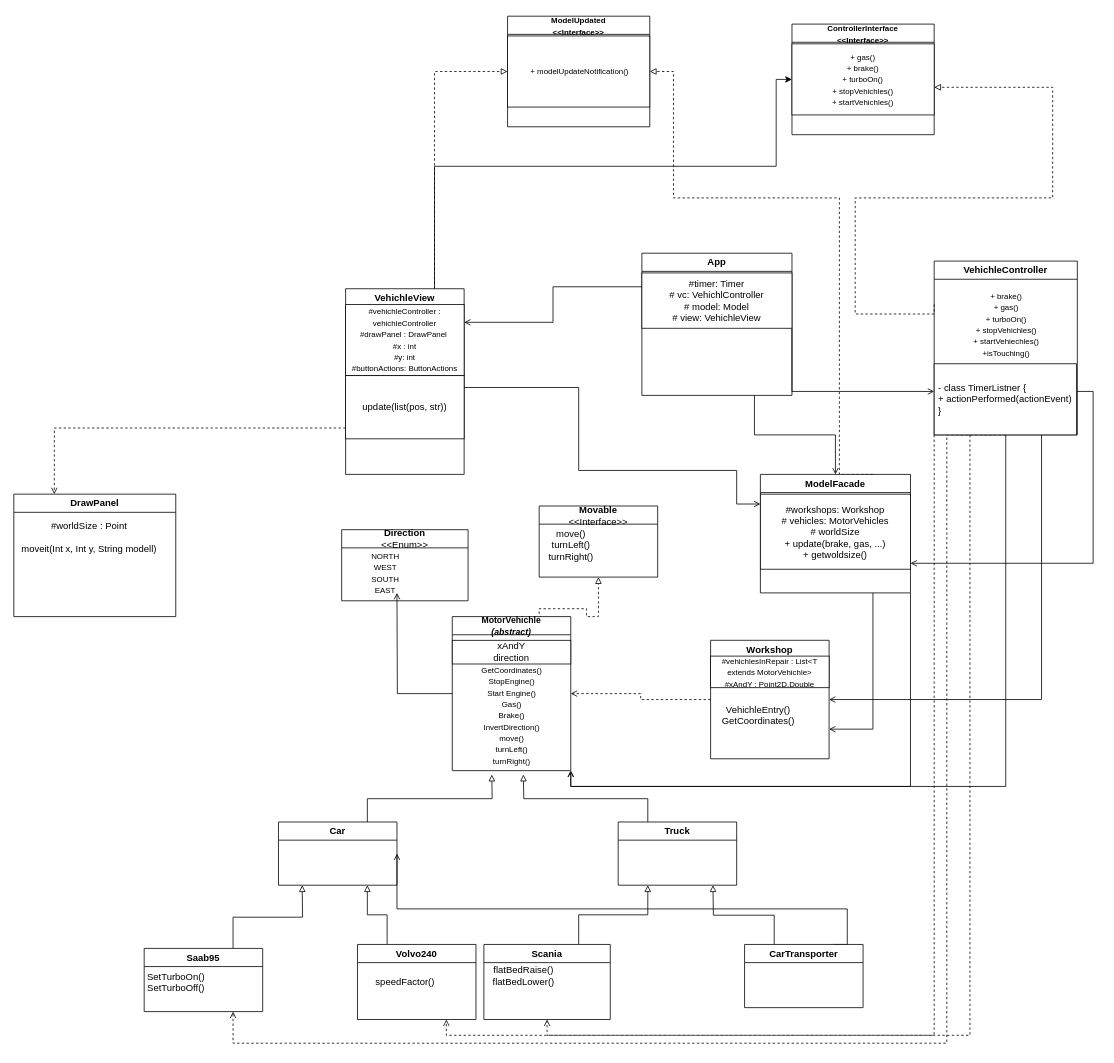
Above: UMLFörbättringLaboration3.drawio in Abdulrauf-alhariri/Inhertince_lab1 (draw.io), before the change. Source tidied: cells renumbered, new cells numbered last; positions are measured from the earlier drawing's top-left corner, leaving out a move shared by most shapes. Both pictures are drawn from the tidied source at 79%, with x=0, y=0 at pixel (13, 16).
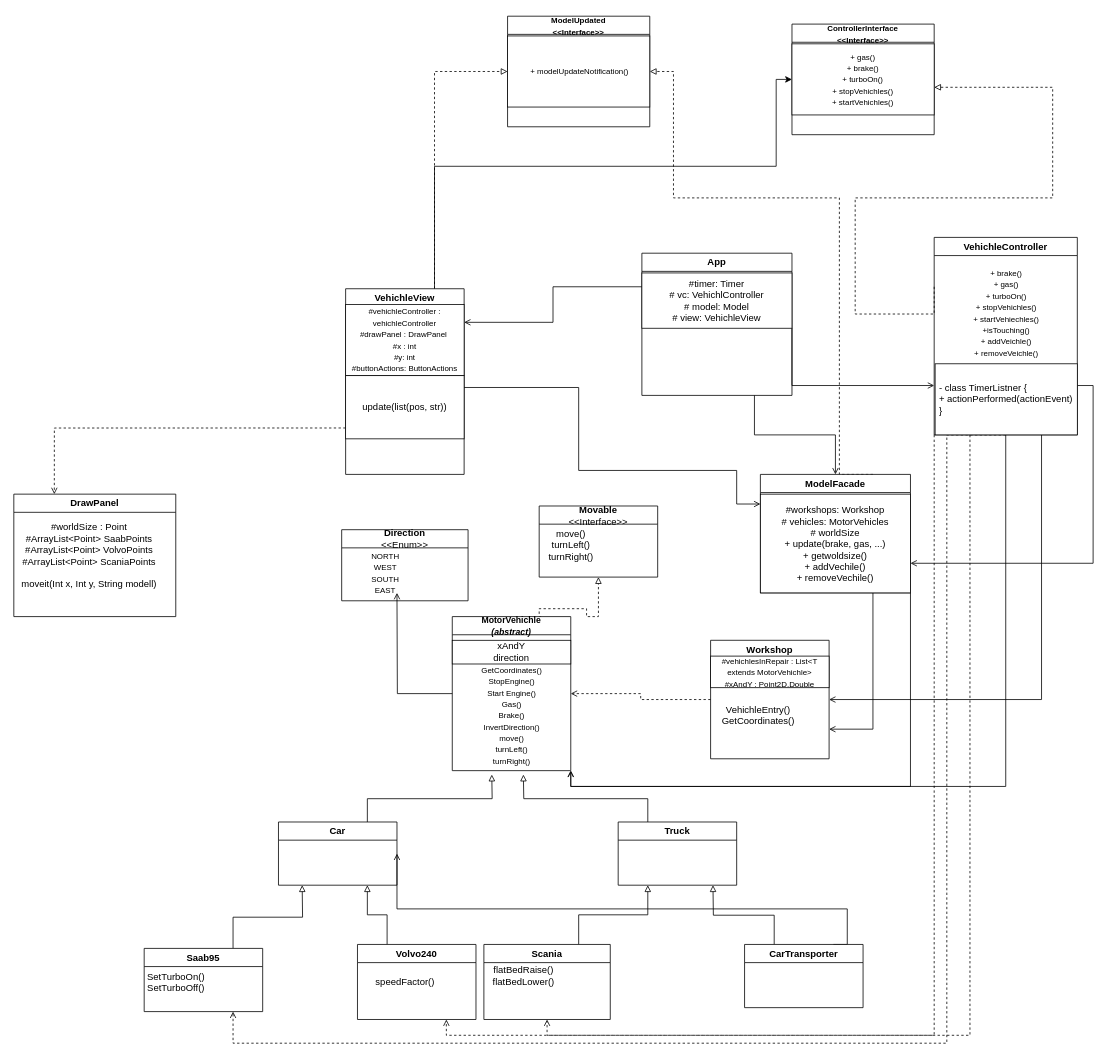
Above is the later version.

Unchanged cells that the change refers to:
```xml
<mxCell id="11" value="DrawP&lt;span style=&quot;background-color: transparent; color: light-dark(rgb(0, 0, 0), rgb(255, 255, 255));&quot;&gt;anel&lt;/span&gt;" style="swimlane;whiteSpace=wrap;html=1;startSize=23;" parent="1" vertex="1">
  <mxGeometry y="605" width="205" height="155" as="geometry" />
</mxCell>
<mxCell id="59" value="ModelFacade" style="swimlane;whiteSpace=wrap;html=1;" parent="1" vertex="1">
  <mxGeometry x="945" y="580" width="190" height="150" as="geometry" />
</mxCell>
```

What changed in the source:
```diff
@@
     <mxCell id="8" value="VehichleController" style="swimlane;whiteSpace=wrap;html=1;startSize=23;" parent="1" vertex="1">
-      <mxGeometry x="1165" y="310" width="181.2" height="220" as="geometry" />
+      <mxGeometry x="1165" y="280" width="181.2" height="250" as="geometry" />
     </mxCell>
-    <mxCell id="9" value="&lt;font size=&quot;1&quot;&gt;+ brake()&lt;/font&gt;&lt;div&gt;&lt;font size=&quot;1&quot;&gt;+ gas()&lt;/font&gt;&lt;/div&gt;&lt;div&gt;&lt;font size=&quot;1&quot;&gt;+ turboOn()&lt;/font&gt;&lt;/div&gt;&lt;div&gt;&lt;font size=&quot;1&quot;&gt;+ stopVehichles()&lt;/font&gt;&lt;/div&gt;&lt;div&gt;&lt;font size=&quot;1&quot;&gt;+ startVehiechles()&lt;/font&gt;&lt;/div&gt;&lt;div&gt;&lt;font size=&quot;1&quot;&gt;+isTouching()&lt;/font&gt;&lt;/div&gt;" style="text;html=1;align=center;verticalAlign=middle;strokeColor=none;fillColor=none;" parent="8" vertex="1">
-      <mxGeometry x="35.6" y="30" width="110" height="100" as="geometry" />
+    <mxCell id="9" value="&lt;font size=&quot;1&quot;&gt;+ brake()&lt;/font&gt;&lt;div&gt;&lt;font size=&quot;1&quot;&gt;+ gas()&lt;/font&gt;&lt;/div&gt;&lt;div&gt;&lt;font size=&quot;1&quot;&gt;+ turboOn()&lt;/font&gt;&lt;/div&gt;&lt;div&gt;&lt;font size=&quot;1&quot;&gt;+ stopVehichles()&lt;/font&gt;&lt;/div&gt;&lt;div&gt;&lt;font size=&quot;1&quot;&gt;+ startVehiechles()&lt;/font&gt;&lt;/div&gt;&lt;div&gt;&lt;font size=&quot;1&quot;&gt;+isTouching()&lt;/font&gt;&lt;/div&gt;&lt;div&gt;&lt;font size=&quot;1&quot;&gt;+ addVeichle()&lt;/font&gt;&lt;/div&gt;&lt;div&gt;&lt;font size=&quot;1&quot;&gt;+ removeVeichle()&lt;/font&gt;&lt;/div&gt;" style="text;html=1;align=center;verticalAlign=middle;strokeColor=none;fillColor=none;" parent="8" vertex="1">
+      <mxGeometry x="35.6" y="30" width="110" height="130" as="geometry" />
     </mxCell>
     <mxCell id="10" value="&lt;div style=&quot;text-align: left;&quot;&gt;- class TimerListner {&lt;/div&gt;&lt;div style=&quot;text-align: left;&quot;&gt;&lt;span style=&quot;background-color: transparent; color: light-dark(rgb(0, 0, 0), rgb(255, 255, 255));&quot;&gt;+ actionPerformed(actionEvent)&lt;/span&gt;&lt;/div&gt;&lt;div style=&quot;text-align: left;&quot;&gt;&lt;span style=&quot;background-color: transparent; color: light-dark(rgb(0, 0, 0), rgb(255, 255, 255));&quot;&gt;}&lt;/span&gt;&lt;/div&gt;" style="rounded=0;whiteSpace=wrap;html=1;" parent="8" vertex="1">
-      <mxGeometry y="130" width="180" height="90" as="geometry" />
+      <mxGeometry x="1.2" y="160" width="180" height="90" as="geometry" />
     </mxCell>
@@
-    <mxCell id="12" value="&lt;div&gt;&lt;span style=&quot;background-color: transparent; color: light-dark(rgb(0, 0, 0), rgb(255, 255, 255));&quot;&gt;#worldSize : Point&lt;/span&gt;&lt;/div&gt;&lt;div&gt;&lt;span style=&quot;background-color: transparent; color: light-dark(rgb(0, 0, 0), rgb(255, 255, 255));&quot;&gt;&lt;br&gt;&lt;/span&gt;&lt;/div&gt;&lt;div&gt;&lt;span style=&quot;background-color: transparent; color: light-dark(rgb(0, 0, 0), rgb(255, 255, 255));&quot;&gt;moveit(Int x, Int y, String modell)&lt;/span&gt;&lt;/div&gt;" style="text;html=1;align=center;verticalAlign=middle;strokeColor=none;fillColor=none;" parent="11" vertex="1">
-      <mxGeometry y="25" width="190" height="60" as="geometry" />
+    <mxCell id="12" value="&lt;div&gt;&lt;span style=&quot;background-color: transparent; color: light-dark(rgb(0, 0, 0), rgb(255, 255, 255));&quot;&gt;#worldSize : Point&lt;/span&gt;&lt;/div&gt;&lt;div&gt;&lt;span style=&quot;background-color: transparent; color: light-dark(rgb(0, 0, 0), rgb(255, 255, 255));&quot;&gt;#ArrayList&amp;lt;Point&amp;gt; SaabPoints&lt;/span&gt;&lt;/div&gt;&lt;div&gt;&lt;div&gt;&lt;span style=&quot;background-color: transparent; color: light-dark(rgb(0, 0, 0), rgb(255, 255, 255));&quot;&gt;#ArrayList&amp;lt;Point&amp;gt; VolvoPoints&lt;/span&gt;&lt;/div&gt;&lt;/div&gt;&lt;div&gt;&lt;div&gt;&lt;span style=&quot;background-color: transparent; color: light-dark(rgb(0, 0, 0), rgb(255, 255, 255));&quot;&gt;#ArrayList&amp;lt;Point&amp;gt; ScaniaPoints&lt;/span&gt;&lt;/div&gt;&lt;/div&gt;&lt;div&gt;&lt;span style=&quot;background-color: transparent; color: light-dark(rgb(0, 0, 0), rgb(255, 255, 255));&quot;&gt;&lt;br&gt;&lt;/span&gt;&lt;/div&gt;&lt;div&gt;&lt;span style=&quot;background-color: transparent; color: light-dark(rgb(0, 0, 0), rgb(255, 255, 255));&quot;&gt;moveit(Int x, Int y, String modell)&lt;/span&gt;&lt;/div&gt;" style="text;html=1;align=center;verticalAlign=middle;strokeColor=none;fillColor=none;" parent="11" vertex="1">
+      <mxGeometry y="27.5" width="190" height="100" as="geometry" />
     </mxCell>
@@
-    <mxCell id="60" value="#workshops: Workshop&lt;div&gt;# vehicles: MotorVehicles&lt;/div&gt;&lt;div&gt;# worldSize&lt;/div&gt;&lt;div&gt;+ update(brake, gas, ...)&lt;/div&gt;&lt;div&gt;+ getwoldsize()&lt;/div&gt;" style="rounded=0;whiteSpace=wrap;html=1;" parent="59" vertex="1">
-      <mxGeometry y="25" width="190" height="95" as="geometry" />
+    <mxCell id="60" value="#workshops: Workshop&lt;div&gt;# vehicles: MotorVehicles&lt;/div&gt;&lt;div&gt;# worldSize&lt;/div&gt;&lt;div&gt;+ update(brake, gas, ...)&lt;/div&gt;&lt;div&gt;+ getwoldsize()&lt;/div&gt;&lt;div&gt;+ addVechile()&lt;/div&gt;&lt;div&gt;+ removeVechile()&lt;/div&gt;" style="rounded=0;whiteSpace=wrap;html=1;" parent="59" vertex="1">
+      <mxGeometry y="25" width="190" height="125" as="geometry" />
     </mxCell>
```
